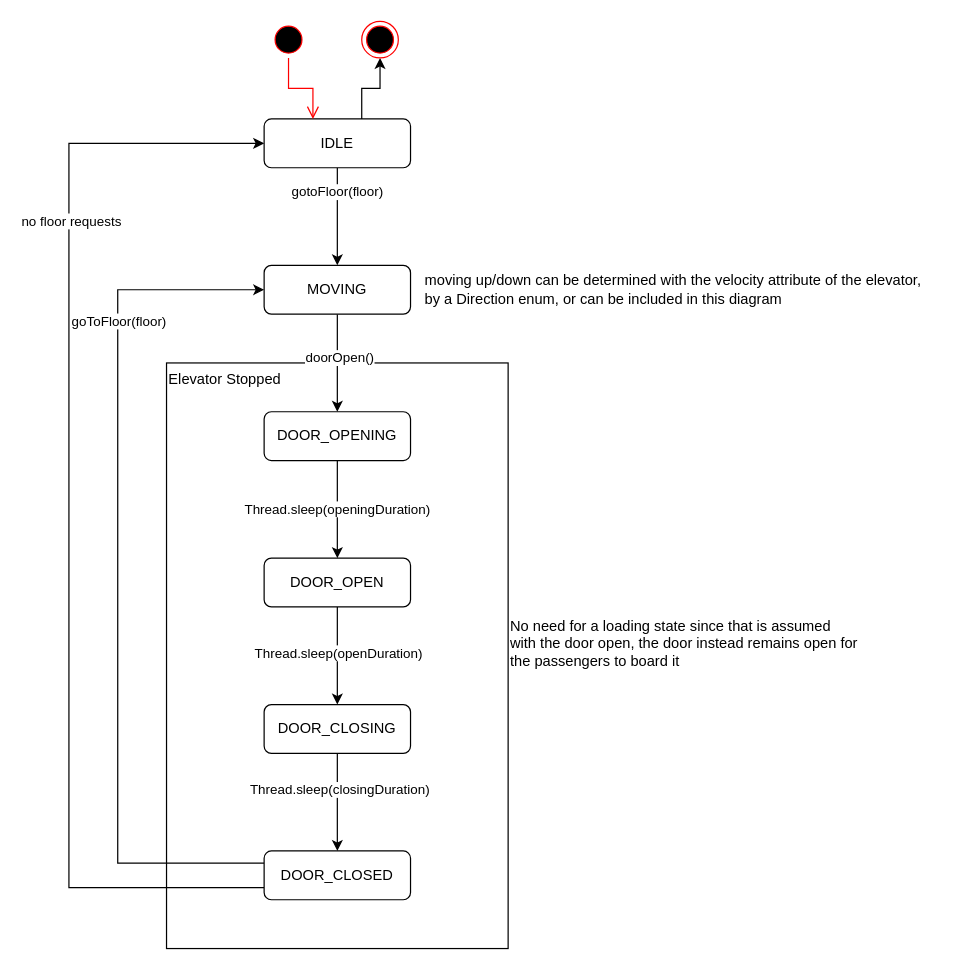
Above: page "elevator" (1 of 2) of docs/state-diagram/state-diagram.drawio in Nicerice96/3303---Elevator (draw.io), before the change. Source tidied: cells renumbered, new cells numbered last; positions are measured from the earlier drawing's top-left corner, leaving out a move shared by most shapes. Both pictures are drawn from the tidied source at 122%, with x=0, y=0 at pixel (68, 21).
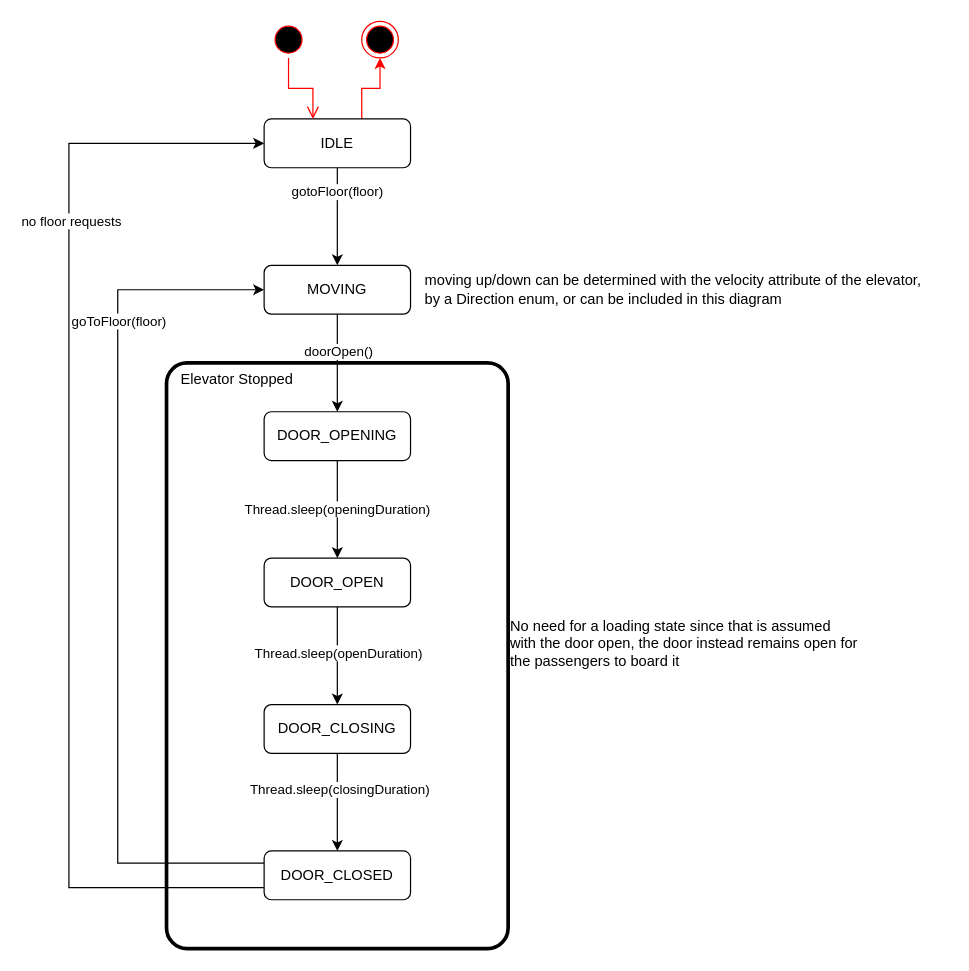
The same diagram, later.

Unchanged cells that the change refers to:
```xml
<mxCell id="5" value="IDLE" style="rounded=1;whiteSpace=wrap;html=1;" parent="1" vertex="1">
  <mxGeometry x="160" y="80" width="120" height="40" as="geometry" />
</mxCell>
<mxCell id="14" style="edgeStyle=orthogonalEdgeStyle;rounded=0;jettySize=auto;html=1;" parent="1" edge="1" source="16" target="7">
  <mxGeometry relative="1" as="geometry" />
</mxCell>
<mxCell id="26" style="ellipse;html=1;shape=endState;fillColor=#000000;strokeColor=#ff0000;" parent="1" vertex="1">
  <mxGeometry x="240" width="30" height="30" as="geometry" />
</mxCell>
```

The edit, as a diff of the source:
```diff
@@
-    <mxCell id="2" value="Elevator Stopped" style="rounded=0;whiteSpace=wrap;html=1;fillColor=none;verticalAlign=top;align=left;" parent="1" vertex="1">
+    <mxCell id="2" value="&amp;nbsp; &amp;nbsp;Elevator Stopped" style="rounded=1;whiteSpace=wrap;html=1;fillColor=none;verticalAlign=top;align=left;strokeWidth=3;arcSize=6;" parent="1" vertex="1">
       <mxGeometry x="80" y="280" width="280" height="480" as="geometry" />
     </mxCell>
@@
-    <mxCell id="4" style="edgeStyle=orthogonalEdgeStyle;rounded=0;jettySize=auto;html=1;fontColor=#ff0000;labelBorderColor=none;" parent="1" edge="1" source="5" target="26">
+    <mxCell id="4" style="edgeStyle=orthogonalEdgeStyle;rounded=0;jettySize=auto;html=1;fontColor=#ff0000;labelBorderColor=none;strokeColor=#FF0000;" parent="1" edge="1" source="5" target="26">
       <mxGeometry relative="1" as="geometry">
         <Array as="points">
           <mxPoint x="240" y="55" />
           <mxPoint x="255" y="55" />
         </Array>
       </mxGeometry>
     </mxCell>
@@
     <mxCell id="15" value="doorOpen()" style="edgeLabel;html=1;align=center;verticalAlign=middle;" parent="14" vertex="1">
-      <mxGeometry x="-0.12" y="1" relative="1" as="geometry" />
+      <mxGeometry x="-0.12" y="1" relative="1" as="geometry">
+        <mxPoint x="-1" y="-5" as="offset" />
+      </mxGeometry>
     </mxCell>
```
